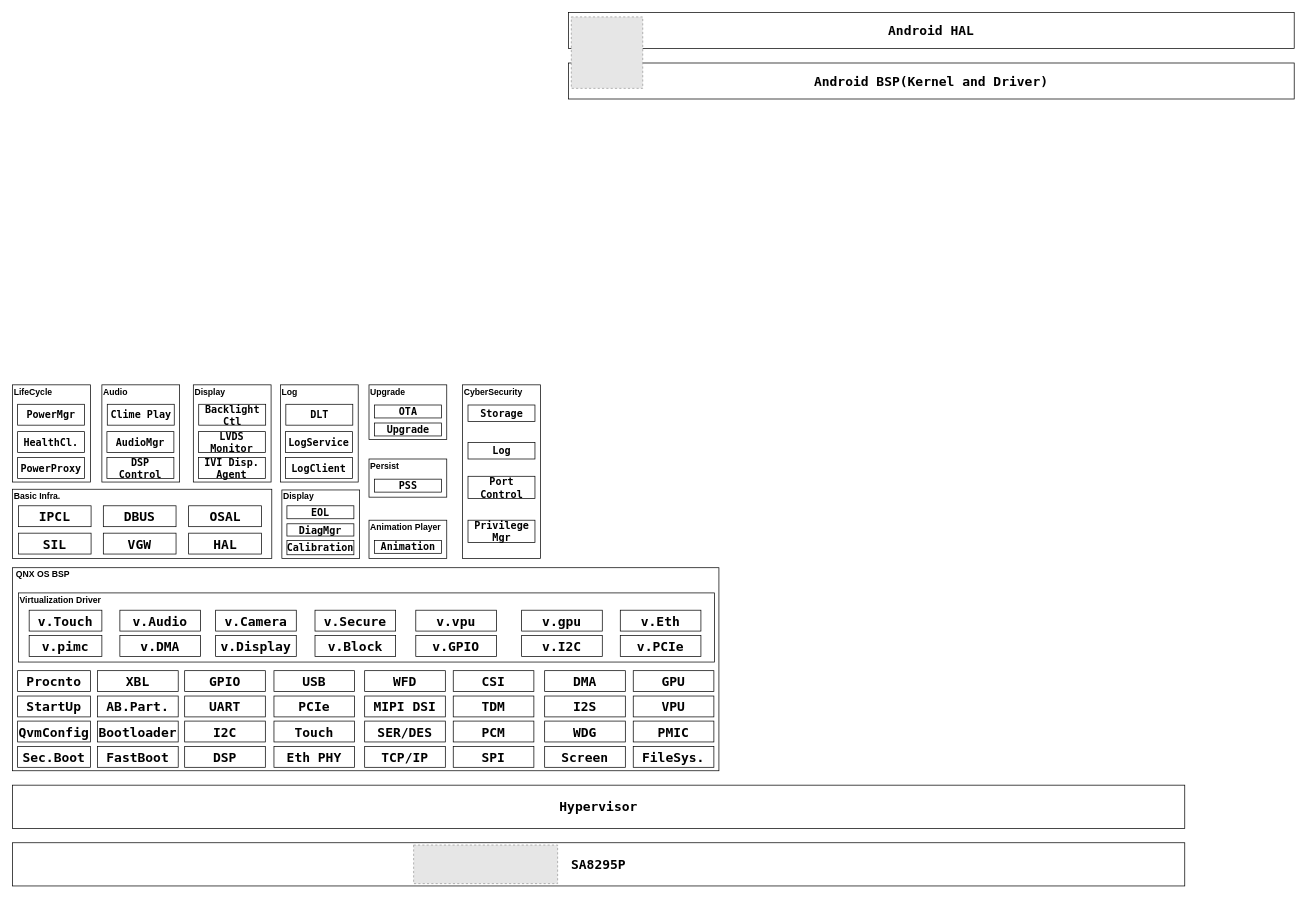
The draw.io diagram AndroidAndQNX_8295.drawio in qxcjust/allkindsofArchitecture, before the edit. Source tidied: cells renumbered, new cells numbered last; positions are measured from the earlier drawing's top-left corner, leaving out a move shared by most shapes. Both pictures are drawn from the tidied source at 72%, with x=0, y=0 at pixel (12, 12). Pictures stored in the file or linked from it are replaced by grey dashed boxes.
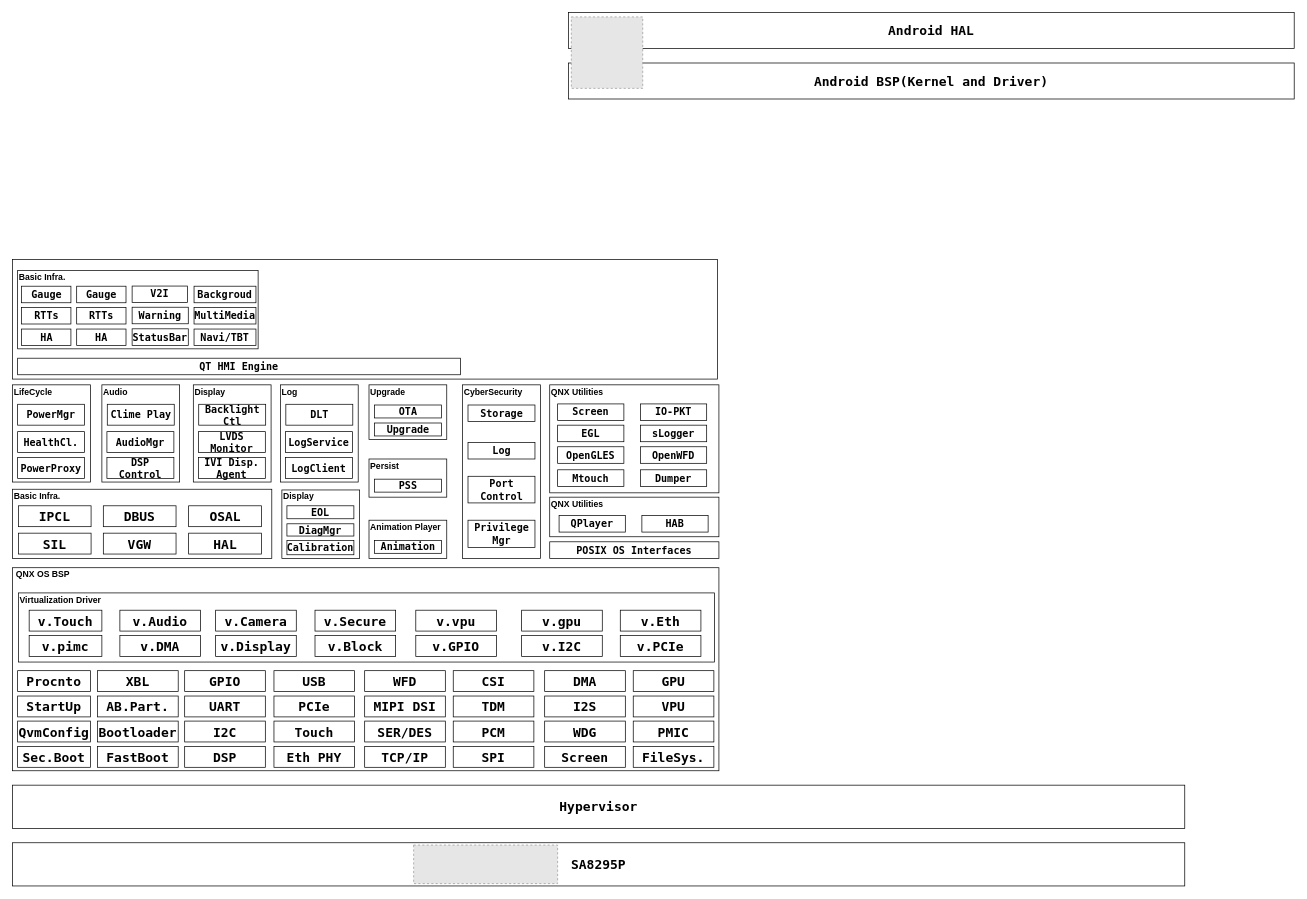
Above is the later version.

The edit, as a diff of the source:
```diff
@@
     <mxCell id="105" value="&lt;font face=&quot;Lucida Console&quot;&gt;&lt;span style=&quot;font-size: 14px;&quot;&gt;Port Control&lt;/span&gt;&lt;/font&gt;" style="rounded=0;whiteSpace=wrap;html=1;fontStyle=1;align=center;" parent="1" vertex="1">
-      <mxGeometry x="632.5" y="644" width="93" height="31" as="geometry" />
+      <mxGeometry x="632.5" y="644" width="93" height="37" as="geometry" />
     </mxCell>
     <mxCell id="106" value="&lt;font face=&quot;Lucida Console&quot;&gt;&lt;span style=&quot;font-size: 14px;&quot;&gt;Privilege&lt;/span&gt;&lt;/font&gt;&lt;div&gt;&lt;font face=&quot;Lucida Console&quot;&gt;&lt;span style=&quot;font-size: 14px;&quot;&gt;Mgr&lt;/span&gt;&lt;/font&gt;&lt;/div&gt;" style="rounded=0;whiteSpace=wrap;html=1;fontStyle=1;align=center;" parent="1" vertex="1">
-      <mxGeometry x="632.5" y="705" width="93" height="31" as="geometry" />
+      <mxGeometry x="632.5" y="705" width="93" height="38" as="geometry" />
     </mxCell>
+    <mxCell id="107" style="rounded=0;whiteSpace=wrap;html=1;fontStyle=1;align=center;" parent="1" vertex="1">
+      <mxGeometry x="746" y="517" width="235" height="150" as="geometry" />
+    </mxCell>
+    <mxCell id="108" value="QNX Utilities" style="text;html=1;whiteSpace=wrap;strokeColor=none;fillColor=none;align=left;verticalAlign=middle;rounded=0;fontStyle=1;" parent="1" vertex="1">
+      <mxGeometry x="746" y="517" width="105" height="19" as="geometry" />
+    </mxCell>
+    <mxCell id="109" value="&lt;font face=&quot;Lucida Console&quot;&gt;&lt;span style=&quot;font-size: 14px;&quot;&gt;Screen&lt;/span&gt;&lt;/font&gt;" style="rounded=0;whiteSpace=wrap;html=1;fontStyle=1;align=center;" parent="1" vertex="1">
+      <mxGeometry x="757" y="543.5" width="92" height="23" as="geometry" />
+    </mxCell>
+    <mxCell id="110" value="&lt;font face=&quot;Lucida Console&quot;&gt;&lt;span style=&quot;font-size: 14px;&quot;&gt;IO-PKT&lt;/span&gt;&lt;/font&gt;" style="rounded=0;whiteSpace=wrap;html=1;fontStyle=1;align=center;" parent="1" vertex="1">
+      <mxGeometry x="872" y="543.5" width="92" height="23" as="geometry" />
+    </mxCell>
+    <mxCell id="111" value="&lt;font face=&quot;Lucida Console&quot;&gt;&lt;span style=&quot;font-size: 14px;&quot;&gt;EGL&lt;/span&gt;&lt;/font&gt;" style="rounded=0;whiteSpace=wrap;html=1;fontStyle=1;align=center;" parent="1" vertex="1">
+      <mxGeometry x="757" y="573" width="92" height="23" as="geometry" />
+    </mxCell>
+    <mxCell id="112" value="&lt;font face=&quot;Lucida Console&quot;&gt;&lt;span style=&quot;font-size: 14px;&quot;&gt;sLogger&lt;/span&gt;&lt;/font&gt;" style="rounded=0;whiteSpace=wrap;html=1;fontStyle=1;align=center;" parent="1" vertex="1">
+      <mxGeometry x="872" y="573" width="92" height="23" as="geometry" />
+    </mxCell>
+    <mxCell id="113" value="&lt;font face=&quot;Lucida Console&quot;&gt;&lt;span style=&quot;font-size: 14px;&quot;&gt;OpenGLES&lt;/span&gt;&lt;/font&gt;" style="rounded=0;whiteSpace=wrap;html=1;fontStyle=1;align=center;" parent="1" vertex="1">
+      <mxGeometry x="757" y="603" width="92" height="23" as="geometry" />
+    </mxCell>
+    <mxCell id="114" value="&lt;font face=&quot;Lucida Console&quot;&gt;&lt;span style=&quot;font-size: 14px;&quot;&gt;OpenWFD&lt;/span&gt;&lt;/font&gt;" style="rounded=0;whiteSpace=wrap;html=1;fontStyle=1;align=center;" parent="1" vertex="1">
+      <mxGeometry x="872" y="603" width="92" height="23" as="geometry" />
+    </mxCell>
+    <mxCell id="115" value="&lt;font face=&quot;Lucida Console&quot;&gt;&lt;span style=&quot;font-size: 14px;&quot;&gt;Mtouch&lt;/span&gt;&lt;/font&gt;" style="rounded=0;whiteSpace=wrap;html=1;fontStyle=1;align=center;" parent="1" vertex="1">
+      <mxGeometry x="757" y="635" width="92" height="23" as="geometry" />
+    </mxCell>
+    <mxCell id="116" value="&lt;font face=&quot;Lucida Console&quot;&gt;&lt;span style=&quot;font-size: 14px;&quot;&gt;Dumper&lt;/span&gt;&lt;/font&gt;" style="rounded=0;whiteSpace=wrap;html=1;fontStyle=1;align=center;" parent="1" vertex="1">
+      <mxGeometry x="872" y="635" width="92" height="23" as="geometry" />
+    </mxCell>
+    <mxCell id="117" style="rounded=0;whiteSpace=wrap;html=1;fontStyle=1;align=center;" parent="1" vertex="1">
+      <mxGeometry x="746" y="673" width="235" height="55" as="geometry" />
+    </mxCell>
+    <mxCell id="118" value="QNX Utilities" style="text;html=1;whiteSpace=wrap;strokeColor=none;fillColor=none;align=left;verticalAlign=middle;rounded=0;fontStyle=1;" parent="1" vertex="1">
+      <mxGeometry x="746" y="673" width="105" height="19" as="geometry" />
+    </mxCell>
+    <mxCell id="119" value="&lt;font face=&quot;Lucida Console&quot;&gt;&lt;span style=&quot;font-size: 14px;&quot;&gt;QPlayer&lt;/span&gt;&lt;/font&gt;" style="rounded=0;whiteSpace=wrap;html=1;fontStyle=1;align=center;" parent="1" vertex="1">
+      <mxGeometry x="759" y="698.5" width="92" height="23" as="geometry" />
+    </mxCell>
+    <mxCell id="120" value="&lt;font face=&quot;Lucida Console&quot;&gt;&lt;span style=&quot;font-size: 14px;&quot;&gt;HAB&lt;/span&gt;&lt;/font&gt;" style="rounded=0;whiteSpace=wrap;html=1;fontStyle=1;align=center;" parent="1" vertex="1">
+      <mxGeometry x="874" y="698.5" width="92" height="23" as="geometry" />
+    </mxCell>
+    <mxCell id="121" value="&lt;font face=&quot;Lucida Console&quot;&gt;&lt;span style=&quot;font-size: 14px;&quot;&gt;POSIX OS Interfaces&lt;/span&gt;&lt;/font&gt;" style="rounded=0;whiteSpace=wrap;html=1;fontStyle=1;align=center;" parent="1" vertex="1">
+      <mxGeometry x="746" y="735" width="235" height="23" as="geometry" />
+    </mxCell>
+    <mxCell id="122" style="rounded=0;whiteSpace=wrap;html=1;fontStyle=1;align=center;" parent="1" vertex="1">
+      <mxGeometry y="343" width="979" height="166" as="geometry" />
+    </mxCell>
+    <mxCell id="123" value="&lt;font face=&quot;Lucida Console&quot;&gt;&lt;span style=&quot;font-size: 14px;&quot;&gt;QT HMI Engine&lt;/span&gt;&lt;/font&gt;" style="rounded=0;whiteSpace=wrap;html=1;fontStyle=1;align=center;" parent="1" vertex="1">
+      <mxGeometry x="7" y="480" width="615" height="23" as="geometry" />
+    </mxCell>
+    <mxCell id="124" style="rounded=0;whiteSpace=wrap;html=1;fontStyle=1;align=center;" parent="1" vertex="1">
+      <mxGeometry x="7" y="358" width="334" height="109" as="geometry" />
+    </mxCell>
+    <mxCell id="125" value="Basic Infra." style="text;html=1;whiteSpace=wrap;strokeColor=none;fillColor=none;align=left;verticalAlign=middle;rounded=0;fontStyle=1;" parent="1" vertex="1">
+      <mxGeometry x="7" y="358" width="121" height="19" as="geometry" />
+    </mxCell>
+    <mxCell id="126" value="&lt;font face=&quot;Lucida Console&quot;&gt;&lt;span style=&quot;font-size: 14px;&quot;&gt;Gauge&lt;/span&gt;&lt;/font&gt;" style="rounded=0;whiteSpace=wrap;html=1;fontStyle=1;align=center;" parent="1" vertex="1">
+      <mxGeometry x="12.5" y="380" width="68.5" height="23" as="geometry" />
+    </mxCell>
+    <mxCell id="127" value="&lt;font face=&quot;Lucida Console&quot;&gt;&lt;span style=&quot;font-size: 14px;&quot;&gt;RTTs&lt;/span&gt;&lt;/font&gt;" style="rounded=0;whiteSpace=wrap;html=1;fontStyle=1;align=center;" parent="1" vertex="1">
+      <mxGeometry x="12.5" y="409.5" width="68.5" height="23" as="geometry" />
+    </mxCell>
+    <mxCell id="128" value="&lt;font face=&quot;Lucida Console&quot;&gt;&lt;span style=&quot;font-size: 14px;&quot;&gt;HA&lt;/span&gt;&lt;/font&gt;" style="rounded=0;whiteSpace=wrap;html=1;fontStyle=1;align=center;" parent="1" vertex="1">
+      <mxGeometry x="12.5" y="439.5" width="68.5" height="23" as="geometry" />
+    </mxCell>
+    <mxCell id="129" value="&lt;font face=&quot;Lucida Console&quot;&gt;&lt;span style=&quot;font-size: 14px;&quot;&gt;Gauge&lt;/span&gt;&lt;/font&gt;" style="rounded=0;whiteSpace=wrap;html=1;fontStyle=1;align=center;" parent="1" vertex="1">
+      <mxGeometry x="89" y="380" width="68.5" height="23" as="geometry" />
+    </mxCell>
+    <mxCell id="130" value="&lt;font face=&quot;Lucida Console&quot;&gt;&lt;span style=&quot;font-size: 14px;&quot;&gt;RTTs&lt;/span&gt;&lt;/font&gt;" style="rounded=0;whiteSpace=wrap;html=1;fontStyle=1;align=center;" parent="1" vertex="1">
+      <mxGeometry x="89" y="409.5" width="68.5" height="23" as="geometry" />
+    </mxCell>
+    <mxCell id="131" value="&lt;font face=&quot;Lucida Console&quot;&gt;&lt;span style=&quot;font-size: 14px;&quot;&gt;HA&lt;/span&gt;&lt;/font&gt;" style="rounded=0;whiteSpace=wrap;html=1;fontStyle=1;align=center;" parent="1" vertex="1">
+      <mxGeometry x="89" y="439.5" width="68.5" height="23" as="geometry" />
+    </mxCell>
+    <mxCell id="132" value="&lt;font face=&quot;Lucida Console&quot;&gt;&lt;span style=&quot;font-size: 14px;&quot;&gt;V2I&lt;/span&gt;&lt;/font&gt;" style="rounded=0;whiteSpace=wrap;html=1;fontStyle=1;align=center;" parent="1" vertex="1">
+      <mxGeometry x="166" y="379.8" width="77" height="23" as="geometry" />
+    </mxCell>
+    <mxCell id="133" value="&lt;font face=&quot;Lucida Console&quot;&gt;&lt;span style=&quot;font-size: 14px;&quot;&gt;Warning&lt;/span&gt;&lt;/font&gt;" style="rounded=0;whiteSpace=wrap;html=1;fontStyle=1;align=center;" parent="1" vertex="1">
+      <mxGeometry x="166" y="409.2" width="78" height="23" as="geometry" />
+    </mxCell>
+    <mxCell id="134" value="&lt;font face=&quot;Lucida Console&quot;&gt;&lt;span style=&quot;font-size: 14px;&quot;&gt;StatusBar&lt;/span&gt;&lt;/font&gt;" style="rounded=0;whiteSpace=wrap;html=1;fontStyle=1;align=center;" parent="1" vertex="1">
+      <mxGeometry x="166" y="439.2" width="78" height="23" as="geometry" />
+    </mxCell>
+    <mxCell id="135" value="&lt;font face=&quot;Lucida Console&quot;&gt;&lt;span style=&quot;font-size: 14px;&quot;&gt;Backgroud&lt;/span&gt;&lt;/font&gt;" style="rounded=0;whiteSpace=wrap;html=1;fontStyle=1;align=center;" parent="1" vertex="1">
+      <mxGeometry x="252" y="380" width="86" height="23" as="geometry" />
+    </mxCell>
+    <mxCell id="136" value="&lt;font face=&quot;Lucida Console&quot;&gt;&lt;span style=&quot;font-size: 14px;&quot;&gt;MultiMedia&lt;/span&gt;&lt;/font&gt;" style="rounded=0;whiteSpace=wrap;html=1;fontStyle=1;align=center;" parent="1" vertex="1">
+      <mxGeometry x="252" y="409.5" width="86" height="23" as="geometry" />
+    </mxCell>
+    <mxCell id="137" value="&lt;font face=&quot;Lucida Console&quot;&gt;&lt;span style=&quot;font-size: 14px;&quot;&gt;Navi/TBT&lt;/span&gt;&lt;/font&gt;" style="rounded=0;whiteSpace=wrap;html=1;fontStyle=1;align=center;" parent="1" vertex="1">
+      <mxGeometry x="252" y="439.5" width="86" height="23" as="geometry" />
+    </mxCell>
```
